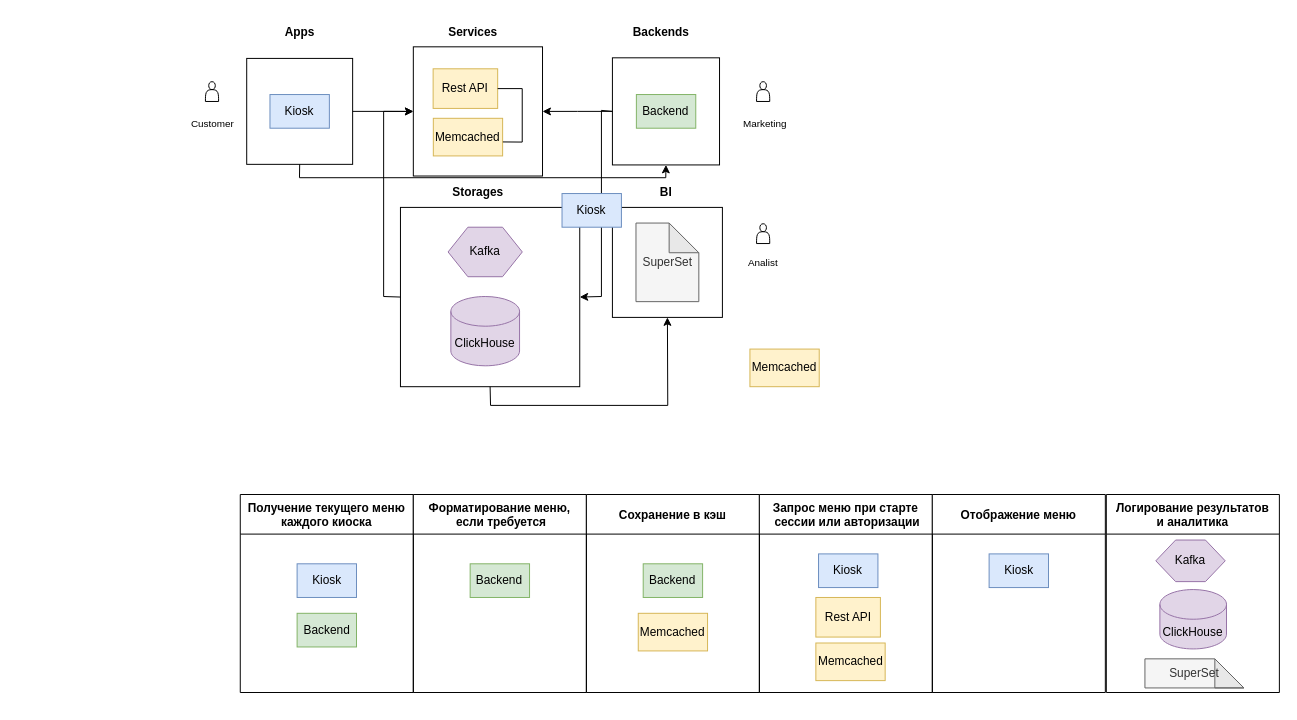
Before: Сервис адаптивного меню.drawio in ArlanovCsb/responsive_menu, a draw.io diagram. Source tidied: cells renumbered, new cells numbered last; positions are measured from the earlier drawing's top-left corner, leaving out a move shared by most shapes. Both pictures are drawn from the tidied source at 99%, with x=0, y=0 at pixel (177, 17).
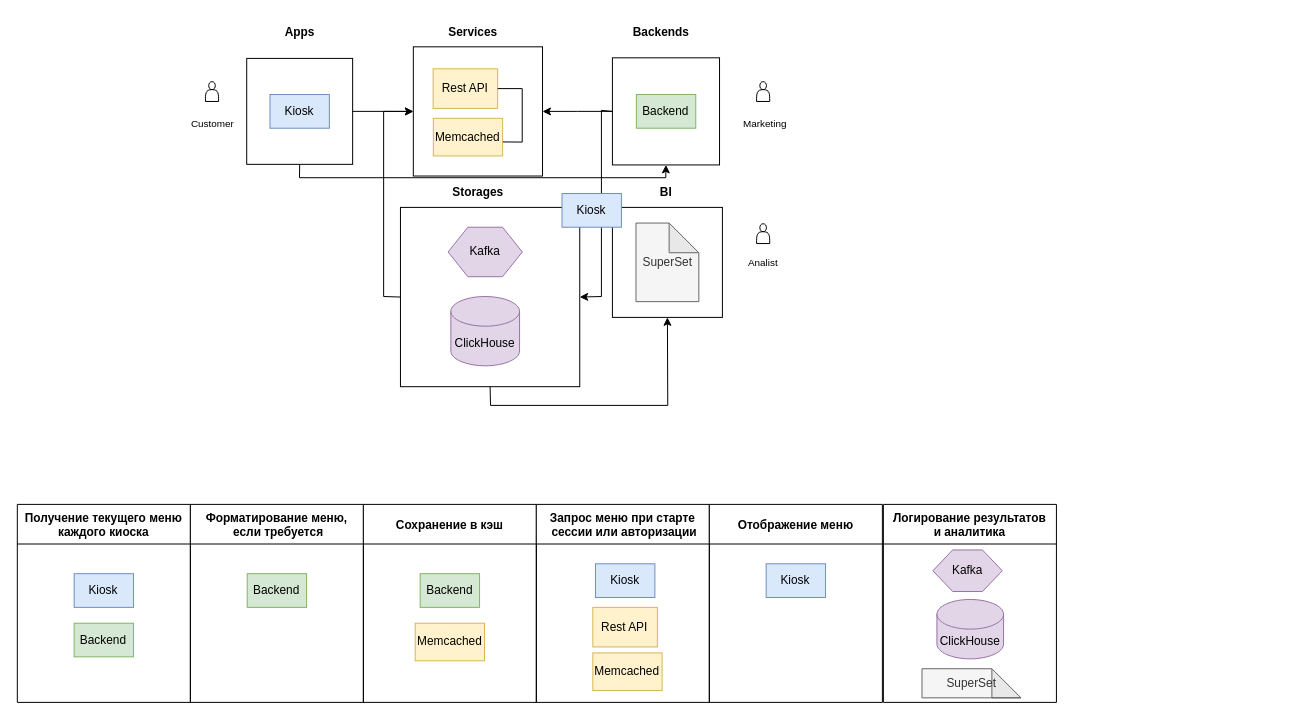
The same diagram, later.

Change to the diagram source:
```diff
@@
     <mxCell id="31" value="Получение текущего меню &#10;каждого киоска" style="swimlane;startSize=40;" parent="1" vertex="1">
-      <mxGeometry x="63.2" y="482" width="174.8" height="200" as="geometry" />
+      <mxGeometry x="-162" y="492" width="174.8" height="200" as="geometry" />
     </mxCell>
@@
     <mxCell id="34" value="Форматирование меню,&#10; если требуется" style="swimlane;startSize=40;" parent="1" vertex="1">
-      <mxGeometry x="238" y="482" width="174.8" height="200" as="geometry" />
+      <mxGeometry x="12.8" y="492" width="174.8" height="200" as="geometry" />
     </mxCell>
@@
     <mxCell id="36" value="Сохранение в кэш" style="swimlane;startSize=40;" parent="1" vertex="1">
-      <mxGeometry x="412.8" y="482" width="174.8" height="200" as="geometry" />
+      <mxGeometry x="187.5" y="492" width="174.8" height="200" as="geometry" />
     </mxCell>
@@
     <mxCell id="39" value="Запрос меню при старте&#10; сессии или авторизации" style="swimlane;startSize=40;" parent="1" vertex="1">
-      <mxGeometry x="587.5" y="482" width="174.8" height="200" as="geometry" />
+      <mxGeometry x="362.2" y="492" width="174.8" height="200" as="geometry" />
     </mxCell>
@@
     <mxCell id="44" value="Отображение меню" style="swimlane;startSize=40;" parent="1" vertex="1">
-      <mxGeometry x="762.2" y="482" width="174.8" height="200" as="geometry" />
+      <mxGeometry x="537" y="492" width="174.8" height="200" as="geometry" />
     </mxCell>
@@
     <mxCell id="46" value="Логирование результатов&#10;и аналитика" style="swimlane;startSize=40;" parent="1" vertex="1">
-      <mxGeometry x="938" y="482" width="174.8" height="200" as="geometry" />
+      <mxGeometry x="712.8" y="492" width="174.8" height="200" as="geometry" />
     </mxCell>
@@
-    <mxCell id="50" value="Memcached" style="rounded=0;whiteSpace=wrap;html=1;fillColor=#fff2cc;strokeColor=#d6b656;" parent="1" vertex="1">
-      <mxGeometry x="578" y="335.1" width="70" height="38" as="geometry" />
-    </mxCell>
```
